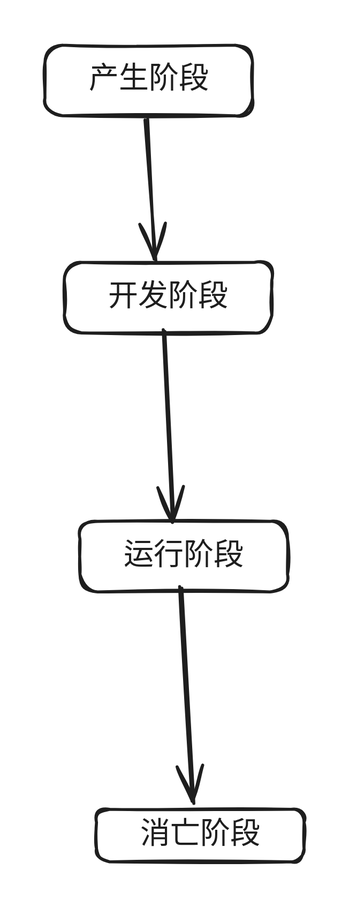
Earlier version of the Excalidraw export .gitbook/assets/file.excalidraw (3).svg (xiaotaonan/SystemArchitect). Source tidied: one line per element, renumbered; positions are measured from the earlier drawing's top-left corner, leaving out a move shared by most shapes. Its diagram source:
```json
{"id": 0, "type": "rectangle", "strokeColor": "#1e1e1e", "strokeWidth": 2, "roughness": 1, "round": true, "x": 0, "y": 0, "width": 139, "height": 47}
{"id": 1, "type": "text", "text": "产生阶段", "strokeColor": "#1e1e1e", "strokeWidth": 2, "roughness": 1, "fontSize": 20, "fontFamily": 5, "textAlign": "center", "verticalAlign": "middle", "inside": 0, "x": 29, "y": 11, "width": 80, "height": 25}
{"id": 2, "type": "rectangle", "strokeColor": "#1e1e1e", "strokeWidth": 2, "roughness": 1, "round": true, "x": 13, "y": 145, "width": 139, "height": 47}
{"id": 3, "type": "text", "text": "开发阶段", "strokeColor": "#1e1e1e", "strokeWidth": 2, "roughness": 1, "fontSize": 20, "fontFamily": 5, "textAlign": "center", "verticalAlign": "middle", "inside": 2, "x": 42, "y": 156, "width": 80, "height": 25}
{"id": 4, "type": "rectangle", "strokeColor": "#1e1e1e", "strokeWidth": 2, "roughness": 1, "round": true, "x": 23, "y": 317, "width": 139, "height": 47}
{"id": 5, "type": "text", "text": "运行阶段", "strokeColor": "#1e1e1e", "strokeWidth": 2, "roughness": 1, "fontSize": 20, "fontFamily": 5, "textAlign": "center", "verticalAlign": "middle", "inside": 4, "x": 53, "y": 328, "width": 80, "height": 25}
{"id": 6, "type": "rectangle", "strokeColor": "#1e1e1e", "strokeWidth": 2, "roughness": 1, "round": true, "x": 34, "y": 509, "width": 139, "height": 35}
{"id": 7, "type": "text", "text": "消亡阶段", "strokeColor": "#1e1e1e", "strokeWidth": 2, "roughness": 1, "fontSize": 20, "fontFamily": 5, "textAlign": "center", "verticalAlign": "middle", "inside": 6, "x": 64, "y": 514, "width": 80, "height": 25}
{"id": 8, "type": "arrow", "strokeColor": "#1e1e1e", "strokeWidth": 2, "roughness": 1, "endArrowhead": "arrow", "round": true, "from": 0, "to": 2, "x": 67, "y": 49, "width": 7, "height": 95, "points": [[0, 0], [7, 95]]}
{"id": 9, "type": "arrow", "strokeColor": "#1e1e1e", "strokeWidth": 2, "roughness": 1, "endArrowhead": "arrow", "round": true, "from": 2, "to": 4, "x": 79, "y": 191, "width": 7, "height": 127, "points": [[0, 0], [7, 127]]}
{"id": 10, "type": "arrow", "strokeColor": "#1e1e1e", "strokeWidth": 2, "roughness": 1, "endArrowhead": "arrow", "round": true, "from": 4, "to": 6, "x": 92, "y": 362, "width": 8, "height": 142, "points": [[0, 0], [8, 142]]}
```
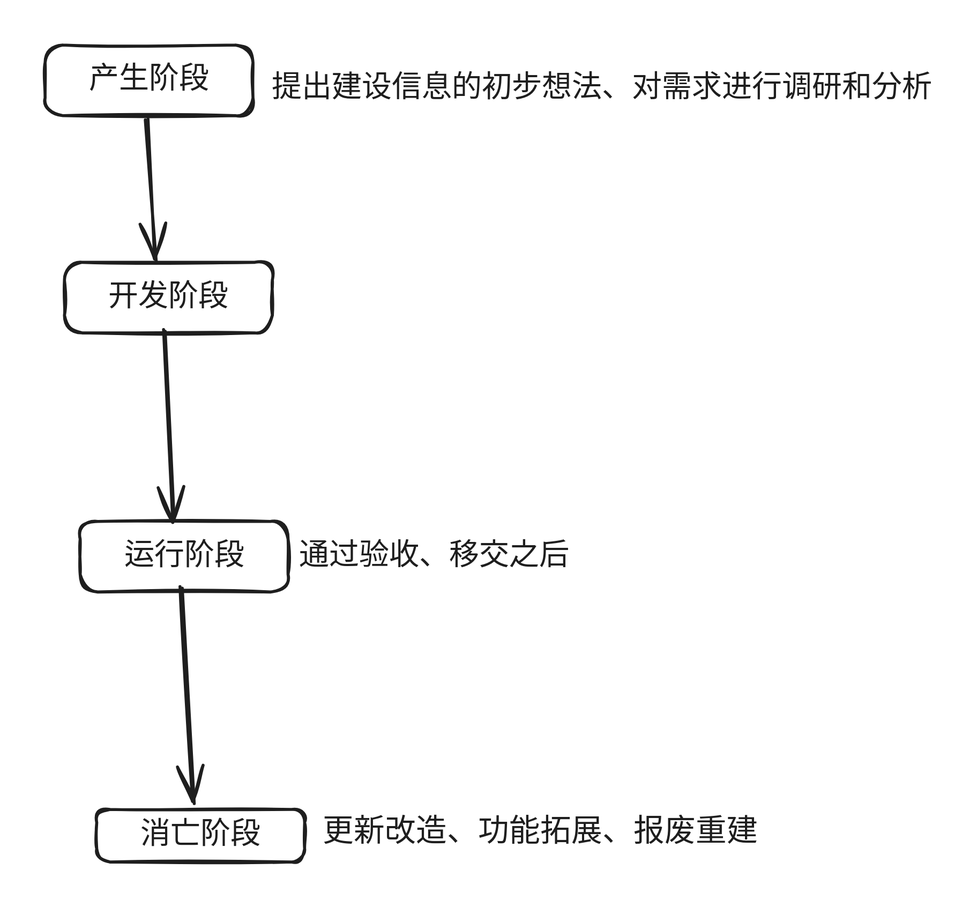
The same diagram one commit later.

Commit message:
GITBOOK-81: No subject

Diff of the diagram source:
```diff
@@ -9,3 +9,6 @@
 {"id": 8, "type": "arrow", "strokeColor": "#1e1e1e", "strokeWidth": 2, "roughness": 1, "endArrowhead": "arrow", "round": true, "from": 0, "to": 2, "x": 67, "y": 49, "width": 7, "height": 95, "points": [[0, 0], [7, 95]]}
 {"id": 9, "type": "arrow", "strokeColor": "#1e1e1e", "strokeWidth": 2, "roughness": 1, "endArrowhead": "arrow", "round": true, "from": 2, "to": 4, "x": 79, "y": 191, "width": 7, "height": 127, "points": [[0, 0], [7, 127]]}
 {"id": 10, "type": "arrow", "strokeColor": "#1e1e1e", "strokeWidth": 2, "roughness": 1, "endArrowhead": "arrow", "round": true, "from": 4, "to": 6, "x": 92, "y": 362, "width": 8, "height": 142, "points": [[0, 0], [8, 142]]}
+{"id": 11, "type": "text", "text": "提出建设信息的初步想法、对需求进行调研和分析", "strokeColor": "#1e1e1e", "strokeWidth": 2, "roughness": 1, "fontSize": 20, "fontFamily": 5, "x": 151, "y": 17, "width": 440, "height": 25}
+{"id": 12, "type": "text", "text": "通过验收、移交之后", "strokeColor": "#1e1e1e", "strokeWidth": 2, "roughness": 1, "fontSize": 20, "fontFamily": 5, "x": 169, "y": 329, "width": 180, "height": 25}
+{"id": 13, "type": "text", "text": "更新改造、功能拓展、报废重建", "strokeColor": "#1e1e1e", "strokeWidth": 2, "roughness": 1, "fontSize": 20.59, "fontFamily": 5, "x": 185, "y": 512, "width": 288, "height": 26}
```
